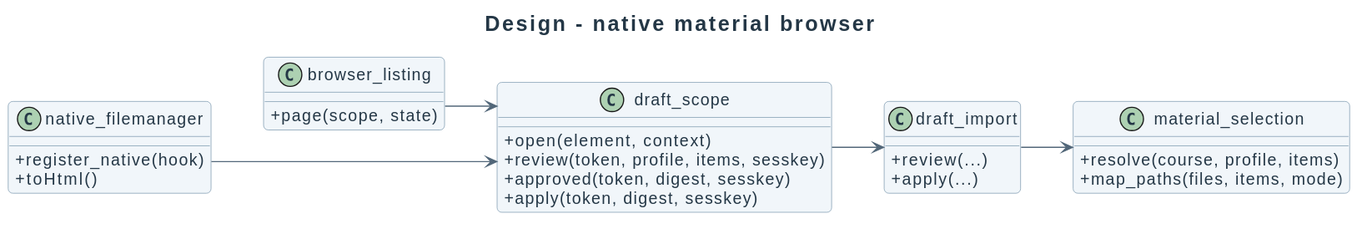
The PlantUML diagram docs/diagrams/design/native-browser-classes.svg in didactika/moodle-local_coursefiles, before a commit.
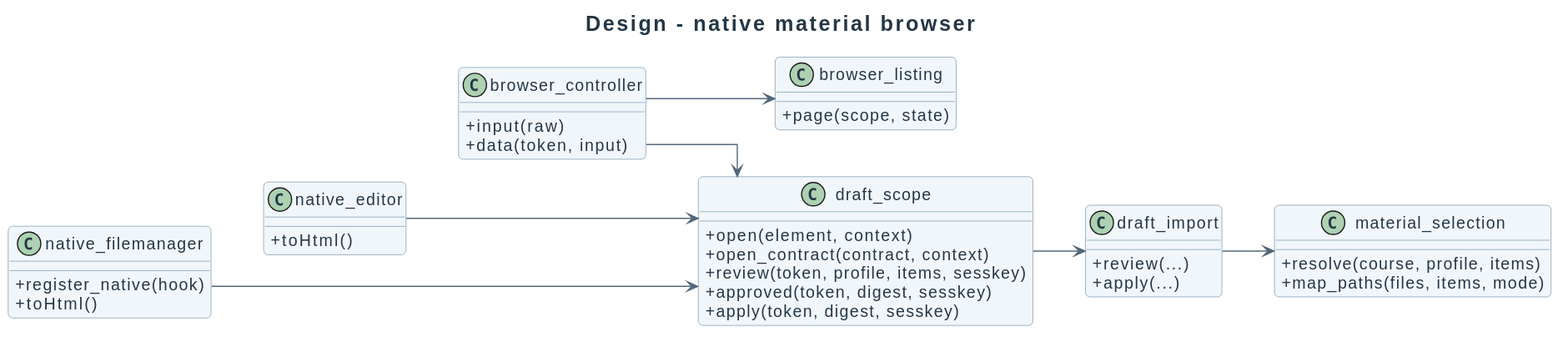
After the commit.

Change to the diagram source:
```diff
@@ -6,11 +6,19 @@
  + register_native(hook)
  + toHtml()
 }
+class native_editor {
+ + toHtml()
+}
+class browser_controller {
+ + input(raw)
+ + data(token, input)
+}
 class browser_listing {
  + page(scope, state)
 }
 class draft_scope {
  + open(element, context)
+ + open_contract(contract, context)
  + review(token, profile, items, sesskey)
  + approved(token, digest, sesskey)
  + apply(token, digest, sesskey)
@@ -24,8 +32,11 @@
  + map_paths(files, items, mode)
 }
 native_filemanager --> draft_scope
-browser_listing --> draft_scope
+native_editor --> draft_scope
+browser_controller --> draft_scope
+browser_controller --> browser_listing
 draft_scope --> draft_import
 draft_import --> material_selection
-native_filemanager -[hidden]down-> browser_listing
+native_filemanager -[hidden]down-> native_editor
+native_editor -[hidden]down-> browser_controller
 @enduml
```
